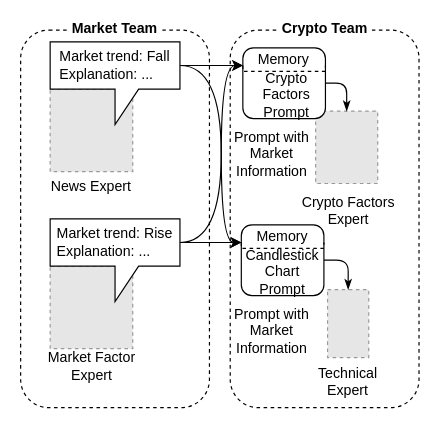
Above: diagrams/intergroup.drawio in lyc0603/multi-agent (draw.io), before the change. Source tidied: cells renumbered, new cells numbered last; positions are measured from the earlier drawing's top-left corner, leaving out a move shared by most shapes. Both pictures are drawn from the tidied source at 118%, with x=0, y=0 at pixel (20, 22). Pictures stored in the file or linked from it are replaced by grey dashed boxes.
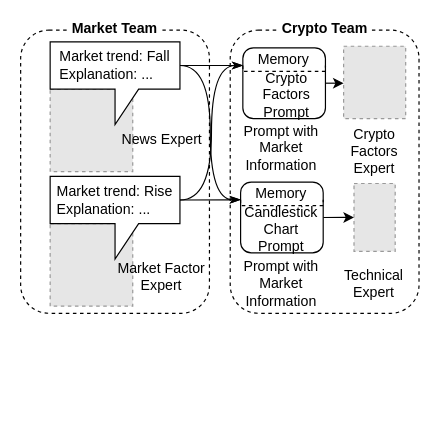
Above is the later version.

Commit message (it also covers changes not shown here):
update layout of intergroup and intragroup

Unchanged cells that the change refers to:
```xml
<mxCell id="13" value="&lt;p style=&quot;border-color: var(--border-color); text-align: left; margin: 0cm; font-family: Calibri, sans-serif;&quot; class=&quot;MsoNormal&quot;&gt;&lt;font style=&quot;border-color: var(--border-color);&quot;&gt;Market trend:&amp;nbsp;Fall&lt;/font&gt;&lt;/p&gt;&lt;p style=&quot;border-color: var(--border-color); text-align: left; margin: 0cm; font-family: Calibri, sans-serif;&quot; class=&quot;MsoNormal&quot;&gt;&lt;font style=&quot;border-color: var(--border-color);&quot;&gt;Explanation:&amp;nbsp;&lt;/font&gt;&lt;span style=&quot;border-color: var(--border-color); background-color: initial;&quot;&gt;...&lt;/span&gt;&lt;/p&gt;" style="shape=callout;whiteSpace=wrap;html=1;perimeter=calloutPerimeter;" parent="1" vertex="1">
  <mxGeometry x="25" y="16" width="110" height="70" as="geometry" />
</mxCell>
<mxCell id="21" style="rounded=1;whiteSpace=wrap;html=1;" parent="1" vertex="1">
  <mxGeometry x="188.3" y="21" width="70" height="60" as="geometry" />
</mxCell>
```

The edit, as a diff of the source:
```diff
@@
     <mxCell id="2" style="rounded=1;whiteSpace=wrap;html=1;dashed=1;" parent="1" vertex="1">
-      <mxGeometry x="177.6" y="6" width="160" height="320" as="geometry" />
+      <mxGeometry x="177.6" y="6" width="160" height="240" as="geometry" />
     </mxCell>
     <mxCell id="3" style="rounded=1;whiteSpace=wrap;html=1;dashed=1;" parent="1" vertex="1">
-      <mxGeometry y="6" width="160" height="320" as="geometry" />
+      <mxGeometry y="6" width="160" height="240" as="geometry" />
     </mxCell>
@@
     <mxCell id="5" style="fillColor=#E6E6E6;strokeColor=#999999;dashed=1;verticalLabelPosition=bottom;labelBackgroundColor=default;verticalAlign=top;" parent="1" vertex="1">
-      <mxGeometry x="25" y="206" width="70" height="70" as="geometry" />
+      <mxGeometry x="25" y="170" width="70" height="70" as="geometry" />
     </mxCell>
     <mxCell id="6" value="News Expert" style="text;html=1;strokeColor=none;fillColor=none;align=center;verticalAlign=middle;whiteSpace=wrap;rounded=0;" parent="1" vertex="1">
-      <mxGeometry x="20" y="126" width="80" height="25" as="geometry" />
+      <mxGeometry x="80" y="86" width="80" height="25" as="geometry" />
     </mxCell>
     <mxCell id="7" value="Market Factor Expert" style="text;html=1;strokeColor=none;fillColor=none;align=center;verticalAlign=middle;whiteSpace=wrap;rounded=0;" parent="1" vertex="1">
-      <mxGeometry x="10.6" y="276" width="98.8" height="30" as="geometry" />
+      <mxGeometry x="70" y="200" width="98.8" height="30" as="geometry" />
     </mxCell>
-    <mxCell id="8" style="rounded=0;jettySize=auto;html=1;exitX=0;exitY=0;exitDx=110;exitDy=20;exitPerimeter=0;entryX=0;entryY=0.25;entryDx=0;entryDy=0;edgeStyle=orthogonalEdgeStyle;curved=1;" parent="1" edge="1" source="10" target="25">
+    <mxCell id="8" style="edgeStyle=orthogonalEdgeStyle;rounded=0;jettySize=auto;html=1;exitX=0;exitY=0;exitDx=110;exitDy=20;exitPerimeter=0;entryX=0;entryY=0.25;entryDx=0;entryDy=0;curved=1;endArrow=classicThin;endFill=1;" parent="1" edge="1" source="10" target="25">
       <mxGeometry relative="1" as="geometry" />
     </mxCell>
-    <mxCell id="9" style="rounded=0;jettySize=auto;html=1;exitX=0;exitY=0;exitDx=110;exitDy=20;exitPerimeter=0;entryX=0;entryY=0.25;entryDx=0;entryDy=0;edgeStyle=orthogonalEdgeStyle;curved=1;" parent="1" edge="1" source="10" target="21">
-      <mxGeometry relative="1" as="geometry">
-        <Array as="points">
-          <mxPoint x="170" y="186" />
-          <mxPoint x="170" y="36" />
-        </Array>
-      </mxGeometry>
+    <mxCell id="9" style="edgeStyle=orthogonalEdgeStyle;rounded=0;jettySize=auto;html=1;exitX=0;exitY=0;exitDx=110;exitDy=20;exitPerimeter=0;entryX=0;entryY=0.25;entryDx=0;entryDy=0;curved=1;endArrow=classicThin;endFill=1;" parent="1" edge="1" source="10" target="21">
+      <mxGeometry relative="1" as="geometry" />
     </mxCell>
     <mxCell id="10" value="Market&amp;nbsp;&lt;span style=&quot;font-family: Calibri, sans-serif; text-align: left; background-color: initial;&quot;&gt;trend:&amp;nbsp;&lt;/span&gt;&lt;font style=&quot;font-family: Calibri, sans-serif; text-align: left;&quot;&gt;Rise&lt;/font&gt;&lt;br&gt;&lt;p style=&quot;border-color: var(--border-color); text-align: left; margin: 0cm; font-family: Calibri, sans-serif;&quot; class=&quot;MsoNormal&quot;&gt;&lt;font style=&quot;border-color: var(--border-color);&quot;&gt;Explanation:&amp;nbsp;&lt;/font&gt;&lt;span style=&quot;border-color: var(--border-color); background-color: initial;&quot;&gt;...&lt;/span&gt;&lt;/p&gt;" style="shape=callout;whiteSpace=wrap;html=1;perimeter=calloutPerimeter;" parent="1" vertex="1">
-      <mxGeometry x="25" y="166" width="110" height="70" as="geometry" />
+      <mxGeometry x="25" y="130" width="110" height="70" as="geometry" />
     </mxCell>
-    <mxCell id="11" style="rounded=0;jettySize=auto;html=1;exitX=0;exitY=0;exitDx=110;exitDy=20;exitPerimeter=0;entryX=0;entryY=0.25;entryDx=0;entryDy=0;edgeStyle=orthogonalEdgeStyle;curved=1;" parent="1" edge="1" source="13" target="21">
+    <mxCell id="11" style="edgeStyle=orthogonalEdgeStyle;rounded=0;jettySize=auto;html=1;exitX=0;exitY=0;exitDx=110;exitDy=20;exitPerimeter=0;entryX=0;entryY=0.25;entryDx=0;entryDy=0;curved=1;endArrow=classicThin;endFill=1;" parent="1" edge="1" source="13" target="21">
       <mxGeometry relative="1" as="geometry" />
     </mxCell>
-    <mxCell id="12" style="rounded=0;jettySize=auto;html=1;exitX=0;exitY=0;exitDx=110;exitDy=20;exitPerimeter=0;entryX=0;entryY=0.25;entryDx=0;entryDy=0;edgeStyle=orthogonalEdgeStyle;curved=1;" parent="1" edge="1" source="13" target="25">
-      <mxGeometry relative="1" as="geometry">
-        <Array as="points">
-          <mxPoint x="170" y="36" />
-          <mxPoint x="170" y="186" />
-        </Array>
-      </mxGeometry>
+    <mxCell id="12" style="edgeStyle=orthogonalEdgeStyle;rounded=0;jettySize=auto;html=1;exitX=0;exitY=0;exitDx=110;exitDy=20;exitPerimeter=0;entryX=0;entryY=0.25;entryDx=0;entryDy=0;curved=1;endArrow=classicThin;endFill=1;" parent="1" edge="1" source="13" target="25">
+      <mxGeometry relative="1" as="geometry" />
     </mxCell>
@@
     <mxCell id="14" style="fillColor=#E6E6E6;strokeColor=#999999;dashed=1;verticalLabelPosition=bottom;labelBackgroundColor=default;verticalAlign=top;" parent="1" vertex="1">
-      <mxGeometry x="260.1" y="226" width="34.9" height="57.5" as="geometry" />
+      <mxGeometry x="282.5" y="136" width="34.9" height="57.5" as="geometry" />
     </mxCell>
     <mxCell id="15" style="fillColor=#E6E6E6;strokeColor=#999999;dashed=1;verticalLabelPosition=bottom;labelBackgroundColor=default;verticalAlign=top;" parent="1" vertex="1">
-      <mxGeometry x="250" y="74.7" width="52.6" height="61.3" as="geometry" />
+      <mxGeometry x="273.7" y="19.7" width="52.6" height="61.3" as="geometry" />
     </mxCell>
     <mxCell id="16" value="Crypto Factors Expert" style="text;html=1;strokeColor=none;fillColor=none;align=center;verticalAlign=middle;whiteSpace=wrap;rounded=0;" parent="1" vertex="1">
-      <mxGeometry x="228.8" y="146" width="97.5" height="25" as="geometry" />
+      <mxGeometry x="262.8" y="96" width="73.5" height="25" as="geometry" />
     </mxCell>
     <mxCell id="17" value="Technical Expert" style="text;html=1;strokeColor=none;fillColor=none;align=center;verticalAlign=middle;whiteSpace=wrap;rounded=0;" parent="1" vertex="1">
-      <mxGeometry x="233.9" y="291" width="87.2" height="25" as="geometry" />
+      <mxGeometry x="256.4" y="208.5" width="87.2" height="25" as="geometry" />
     </mxCell>
@@
-    <mxCell id="20" style="edgeStyle=orthogonalEdgeStyle;rounded=1;jettySize=auto;html=1;exitX=1;exitY=0.5;exitDx=0;exitDy=0;entryX=0.5;entryY=0;entryDx=0;entryDy=0;curved=0;endArrow=classicThin;endFill=1;" parent="1" edge="1" source="21" target="15">
+    <mxCell id="20" style="edgeStyle=orthogonalEdgeStyle;rounded=0;jettySize=auto;html=1;exitX=1;exitY=0.5;exitDx=0;exitDy=0;entryX=0;entryY=0.5;entryDx=0;entryDy=0;" parent="1" edge="1" source="21" target="15">
       <mxGeometry relative="1" as="geometry" />
     </mxCell>
@@
-    <mxCell id="24" style="edgeStyle=orthogonalEdgeStyle;rounded=1;jettySize=auto;html=1;exitX=1;exitY=0.5;exitDx=0;exitDy=0;entryX=0.5;entryY=0;entryDx=0;entryDy=0;curved=0;endArrow=classicThin;endFill=1;" parent="1" edge="1" source="25" target="14">
+    <mxCell id="24" style="edgeStyle=orthogonalEdgeStyle;rounded=0;jettySize=auto;html=1;exitX=1;exitY=0.5;exitDx=0;exitDy=0;entryX=0;entryY=0.5;entryDx=0;entryDy=0;" parent="1" edge="1" source="25" target="14">
       <mxGeometry relative="1" as="geometry" />
     </mxCell>
     <mxCell id="25" style="rounded=1;whiteSpace=wrap;html=1;" parent="1" vertex="1">
-      <mxGeometry x="187" y="171" width="70" height="60" as="geometry" />
+      <mxGeometry x="186.4" y="134.8" width="70" height="60" as="geometry" />
     </mxCell>
     <mxCell id="26" value="Candlestick&lt;br&gt;Chart Prompt" style="text;html=1;strokeColor=none;fillColor=none;align=center;verticalAlign=middle;whiteSpace=wrap;rounded=0;" parent="1" vertex="1">
-      <mxGeometry x="193" y="196" width="58" height="30" as="geometry" />
+      <mxGeometry x="192.4" y="159.8" width="58" height="30" as="geometry" />
     </mxCell>
     <mxCell id="27" value="Memory" style="text;html=1;strokeColor=none;fillColor=none;align=center;verticalAlign=middle;whiteSpace=wrap;rounded=0;" parent="1" vertex="1">
-      <mxGeometry x="196.5" y="171" width="50" height="20" as="geometry" />
+      <mxGeometry x="195.9" y="134.8" width="50" height="20" as="geometry" />
     </mxCell>
@@
     <mxCell id="29" style="edgeStyle=orthogonalEdgeStyle;rounded=0;orthogonalLoop=1;jettySize=auto;html=1;exitX=0;exitY=0.25;exitDx=0;exitDy=0;entryX=1;entryY=0.25;entryDx=0;entryDy=0;endArrow=none;endFill=0;dashed=1;" parent="1" edge="1" source="25" target="25">
       <mxGeometry relative="1" as="geometry">
         <Array as="points">
-          <mxPoint x="220" y="191" />
-          <mxPoint x="220" y="191" />
+          <mxPoint x="219.4" y="154.8" />
+          <mxPoint x="219.4" y="154.8" />
         </Array>
       </mxGeometry>
     </mxCell>
     <mxCell id="30" value="Prompt with Market Information" style="text;html=1;strokeColor=none;fillColor=none;align=center;verticalAlign=middle;whiteSpace=wrap;rounded=0;" parent="1" vertex="1">
-      <mxGeometry x="178.3" y="96" width="70" height="30" as="geometry" />
+      <mxGeometry x="185.9" y="91" width="70" height="30" as="geometry" />
     </mxCell>
     <mxCell id="31" value="Prompt with Market Information" style="text;html=1;strokeColor=none;fillColor=none;align=center;verticalAlign=middle;whiteSpace=wrap;rounded=0;" parent="1" vertex="1">
-      <mxGeometry x="177.6" y="246" width="70" height="30" as="geometry" />
+      <mxGeometry x="185.9" y="206" width="70" height="30" as="geometry" />
     </mxCell>
```
